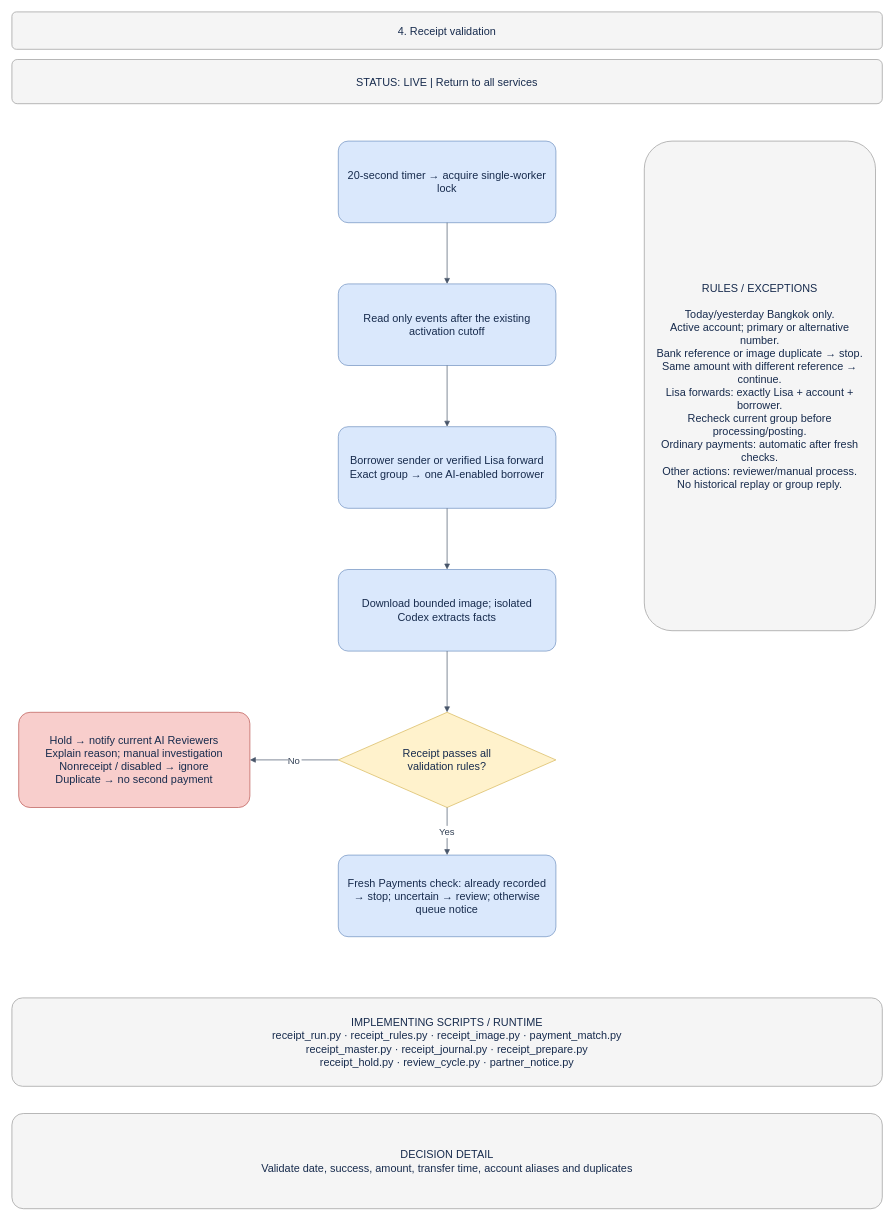
This is page "04 · Receipt validation" (4 of 18) of docs/BUSINESS_PROCESS.drawio from welct0407/MW-Credit-App, a draw.io file, before an edit. Source tidied: cells renumbered, new cells numbered last; positions are measured from the earlier drawing's top-left corner, leaving out a move shared by most shapes. Both pictures are drawn from the tidied source at 68%, with x=0, y=0 at pixel (12, 12).
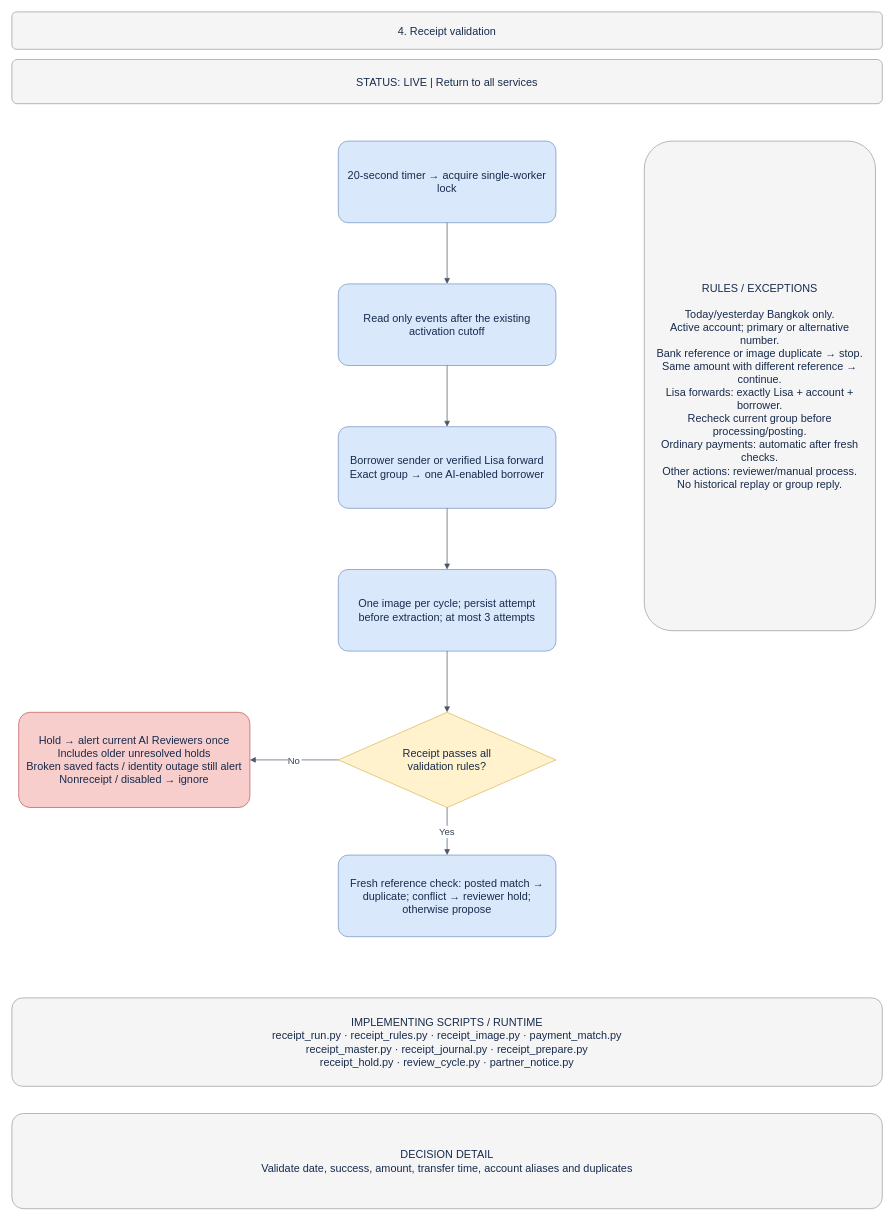
Above is the later version.

Change to the diagram source:
```diff
@@
 <mxGraphModel>
   <root>
     <mxCell id="0" />
     <mxCell id="1" parent="0" />
     <mxCell id="2" value="4. Receipt validation" style="rounded=1;arcSize=12;whiteSpace=wrap;html=0;fillColor=#f5f5f5;strokeColor=#999999;fontColor=#172b4d;fontSize=16;align=center;verticalAlign=middle;spacing=12;" parent="1" vertex="1">
       <mxGeometry width="1280" height="55" as="geometry" />
     </mxCell>
     <mxCell id="3" value="STATUS: LIVE  |  Return to all services" style="rounded=1;arcSize=12;whiteSpace=wrap;html=0;fillColor=#f5f5f5;strokeColor=#999999;fontColor=#172b4d;fontSize=16;align=center;verticalAlign=middle;spacing=12;" parent="1" vertex="1">
       <mxGeometry y="70" width="1280" height="65" as="geometry" />
     </mxCell>
     <mxCell id="4" value="20-second timer → acquire single-worker lock" style="rounded=1;arcSize=12;whiteSpace=wrap;html=0;fillColor=#dae8fc;strokeColor=#6c8ebf;fontColor=#172b4d;fontSize=16;align=center;verticalAlign=middle;spacing=12;" parent="1" vertex="1">
       <mxGeometry x="480" y="190" width="320" height="120" as="geometry" />
     </mxCell>
     <mxCell id="5" value="Read only events after the existing activation cutoff" style="rounded=1;arcSize=12;whiteSpace=wrap;html=0;fillColor=#dae8fc;strokeColor=#6c8ebf;fontColor=#172b4d;fontSize=16;align=center;verticalAlign=middle;spacing=12;" parent="1" vertex="1">
       <mxGeometry x="480" y="400" width="320" height="120" as="geometry" />
     </mxCell>
     <mxCell id="6" style="edgeStyle=orthogonalEdgeStyle;rounded=0;jettySize=auto;html=0;endArrow=block;endFill=1;strokeColor=#475569;fontColor=#334155;fontSize=14;labelBackgroundColor=#ffffff;" parent="1" edge="1" source="4" target="5">
       <mxGeometry relative="1" as="geometry" />
     </mxCell>
     <mxCell id="7" value="Borrower sender or verified Lisa forward&#10;Exact group → one AI-enabled borrower" style="rounded=1;arcSize=12;whiteSpace=wrap;html=0;fillColor=#dae8fc;strokeColor=#6c8ebf;fontColor=#172b4d;fontSize=16;align=center;verticalAlign=middle;spacing=12;" parent="1" vertex="1">
       <mxGeometry x="480" y="610" width="320" height="120" as="geometry" />
     </mxCell>
     <mxCell id="8" style="edgeStyle=orthogonalEdgeStyle;rounded=0;jettySize=auto;html=0;endArrow=block;endFill=1;strokeColor=#475569;fontColor=#334155;fontSize=14;labelBackgroundColor=#ffffff;" parent="1" edge="1" source="5" target="7">
       <mxGeometry relative="1" as="geometry" />
     </mxCell>
-    <mxCell id="9" value="Download bounded image; isolated Codex extracts facts" style="rounded=1;arcSize=12;whiteSpace=wrap;html=0;fillColor=#dae8fc;strokeColor=#6c8ebf;fontColor=#172b4d;fontSize=16;align=center;verticalAlign=middle;spacing=12;" parent="1" vertex="1">
+    <mxCell id="9" value="One image per cycle; persist attempt before extraction; at most 3 attempts" style="rounded=1;arcSize=12;whiteSpace=wrap;html=0;fillColor=#dae8fc;strokeColor=#6c8ebf;fontColor=#172b4d;fontSize=16;align=center;verticalAlign=middle;spacing=12;" parent="1" vertex="1">
       <mxGeometry x="480" y="820" width="320" height="120" as="geometry" />
     </mxCell>
     <mxCell id="10" style="edgeStyle=orthogonalEdgeStyle;rounded=0;jettySize=auto;html=0;endArrow=block;endFill=1;strokeColor=#475569;fontColor=#334155;fontSize=14;labelBackgroundColor=#ffffff;" parent="1" edge="1" source="7" target="9">
       <mxGeometry relative="1" as="geometry" />
     </mxCell>
     <mxCell id="11" value="Receipt passes all&#10;validation rules?" style="rhombus;whiteSpace=wrap;html=0;fillColor=#fff2cc;strokeColor=#d6b656;fontColor=#172b4d;fontSize=16;align=center;verticalAlign=middle;spacing=12;" parent="1" vertex="1">
       <mxGeometry x="480" y="1030" width="320" height="140" as="geometry" />
     </mxCell>
     <mxCell id="12" style="edgeStyle=orthogonalEdgeStyle;rounded=0;jettySize=auto;html=0;endArrow=block;endFill=1;strokeColor=#475569;fontColor=#334155;fontSize=14;labelBackgroundColor=#ffffff;" parent="1" edge="1" source="9" target="11">
       <mxGeometry relative="1" as="geometry" />
     </mxCell>
-    <mxCell id="13" value="Fresh Payments check: already recorded → stop; uncertain → review; otherwise queue notice" style="rounded=1;arcSize=12;whiteSpace=wrap;html=0;fillColor=#dae8fc;strokeColor=#6c8ebf;fontColor=#172b4d;fontSize=16;align=center;verticalAlign=middle;spacing=12;" parent="1" vertex="1">
+    <mxCell id="13" value="Fresh reference check: posted match → duplicate; conflict → reviewer hold; otherwise propose" style="rounded=1;arcSize=12;whiteSpace=wrap;html=0;fillColor=#dae8fc;strokeColor=#6c8ebf;fontColor=#172b4d;fontSize=16;align=center;verticalAlign=middle;spacing=12;" parent="1" vertex="1">
       <mxGeometry x="480" y="1240" width="320" height="120" as="geometry" />
     </mxCell>
     <mxCell id="14" value="Yes" style="edgeStyle=orthogonalEdgeStyle;rounded=0;jettySize=auto;html=0;endArrow=block;endFill=1;strokeColor=#475569;fontColor=#334155;fontSize=14;labelBackgroundColor=#ffffff;" parent="1" edge="1" source="11" target="13">
       <mxGeometry relative="1" as="geometry" />
     </mxCell>
-    <mxCell id="15" value="Hold → notify current AI Reviewers&#10;Explain reason; manual investigation&#10;Nonreceipt / disabled → ignore&#10;Duplicate → no second payment" style="rounded=1;arcSize=12;whiteSpace=wrap;html=0;fillColor=#f8cecc;strokeColor=#b85450;fontColor=#172b4d;fontSize=16;align=center;verticalAlign=middle;spacing=12;" parent="1" vertex="1">
+    <mxCell id="15" value="Hold → alert current AI Reviewers once&#10;Includes older unresolved holds&#10;Broken saved facts / identity outage still alert&#10;Nonreceipt / disabled → ignore" style="rounded=1;arcSize=12;whiteSpace=wrap;html=0;fillColor=#f8cecc;strokeColor=#b85450;fontColor=#172b4d;fontSize=16;align=center;verticalAlign=middle;spacing=12;" parent="1" vertex="1">
       <mxGeometry x="10" y="1030" width="340" height="140" as="geometry" />
     </mxCell>
     <mxCell id="16" value="No" style="edgeStyle=orthogonalEdgeStyle;rounded=0;jettySize=auto;html=0;endArrow=block;endFill=1;strokeColor=#475569;fontColor=#334155;fontSize=14;labelBackgroundColor=#ffffff;" parent="1" edge="1" source="11" target="15">
       <mxGeometry relative="1" as="geometry" />
     </mxCell>
     <mxCell id="17" value="RULES / EXCEPTIONS&#10;&#10;Today/yesterday Bangkok only.&#10;Active account; primary or alternative number.&#10;Bank reference or image duplicate → stop.&#10;Same amount with different reference → continue.&#10;Lisa forwards: exactly Lisa + account + borrower.&#10;Recheck current group before processing/posting.&#10;Ordinary payments: automatic after fresh checks.&#10;Other actions: reviewer/manual process.&#10;No historical replay or group reply." style="rounded=1;arcSize=12;whiteSpace=wrap;html=0;fillColor=#f5f5f5;strokeColor=#999999;fontColor=#172b4d;fontSize=16;align=center;verticalAlign=middle;spacing=12;" parent="1" vertex="1">
       <mxGeometry x="930" y="190" width="340" height="720" as="geometry" />
     </mxCell>
     <mxCell id="18" value="IMPLEMENTING SCRIPTS / RUNTIME&#10;receipt_run.py · receipt_rules.py · receipt_image.py · payment_match.py&#10;receipt_master.py · receipt_journal.py · receipt_prepare.py&#10;receipt_hold.py · review_cycle.py · partner_notice.py" style="rounded=1;arcSize=12;whiteSpace=wrap;html=0;fillColor=#f5f5f5;strokeColor=#999999;fontColor=#172b4d;fontSize=16;align=center;verticalAlign=middle;spacing=12;" parent="1" vertex="1">
       <mxGeometry y="1450" width="1280" height="130" as="geometry" />
     </mxCell>
     <mxCell id="19" value="DECISION DETAIL&#10;Validate date, success, amount, transfer time, account aliases and duplicates" style="rounded=1;arcSize=12;whiteSpace=wrap;html=0;fillColor=#f5f5f5;strokeColor=#999999;fontColor=#172b4d;fontSize=16;align=center;verticalAlign=middle;spacing=12;" parent="1" vertex="1">
       <mxGeometry y="1620" width="1280" height="140" as="geometry" />
     </mxCell>
   </root>
 </mxGraphModel>
```
